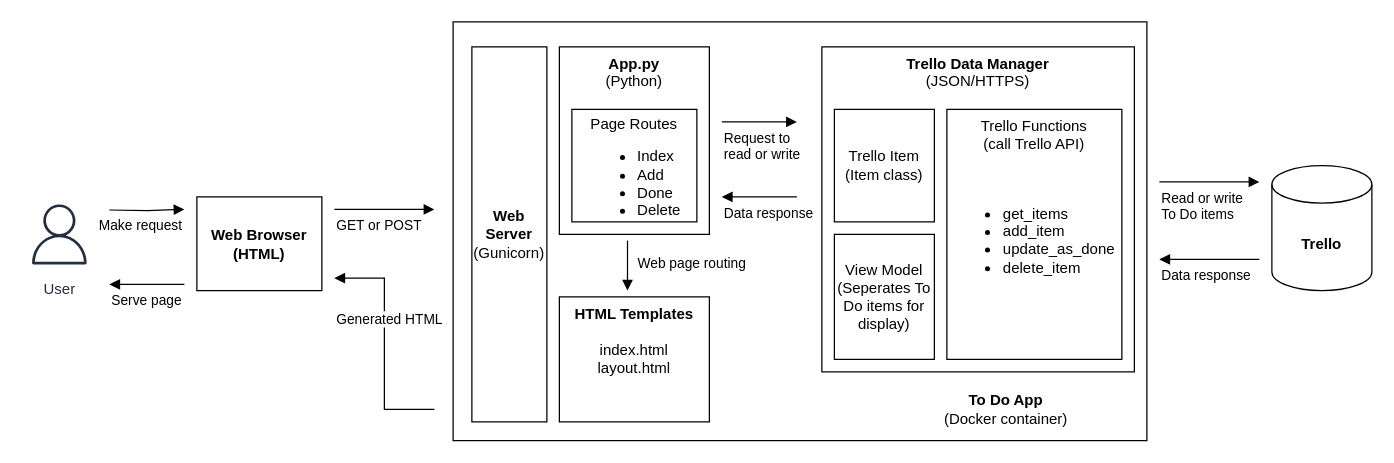
ma7nas/DevOps-Course-Starter keeps this draw.io diagram as Component Diagram.drawio. Above is the earlier version. Source tidied: cells renumbered, new cells numbered last; positions are measured from the earlier drawing's top-left corner, leaving out a move shared by most shapes. Both pictures are drawn from the tidied source at 125%, with x=0, y=0 at pixel (21, 21).
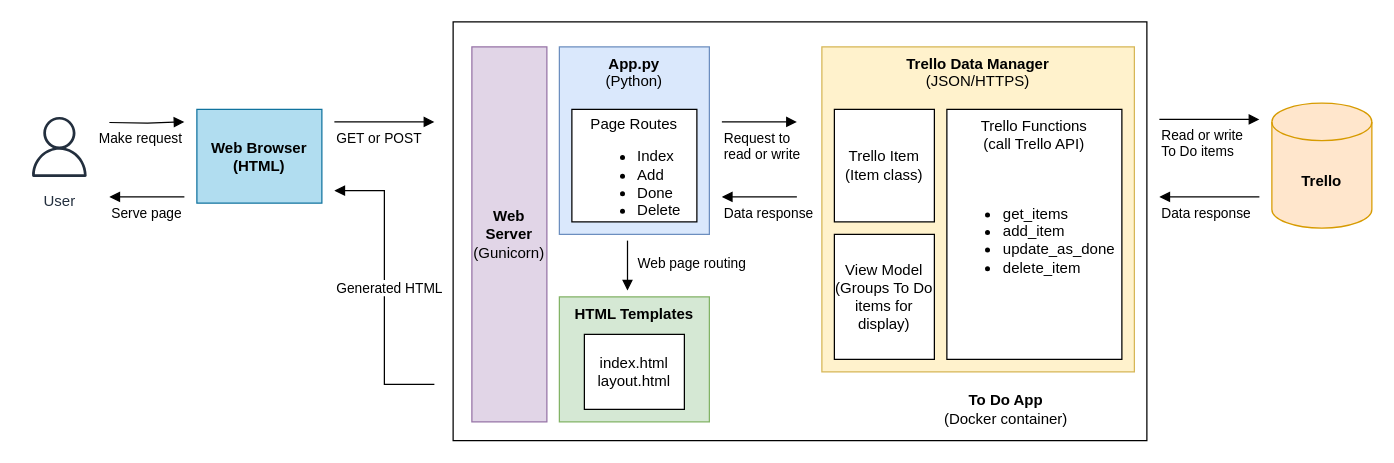
The same diagram, later.

The edit, as a diff of the source:
```diff
@@
     <mxCell id="3" value="Make request" style="endArrow=block;endFill=1;html=1;edgeStyle=orthogonalEdgeStyle;align=left;verticalAlign=top;rounded=0;" parent="1" edge="1">
       <mxGeometry x="-1" y="10" relative="1" as="geometry">
-        <mxPoint x="70" y="150.5" as="sourcePoint" />
-        <mxPoint x="130" y="150" as="targetPoint" />
+        <mxPoint x="70" y="80.5" as="sourcePoint" />
+        <mxPoint x="130" y="80" as="targetPoint" />
         <mxPoint x="-10" y="9" as="offset" />
       </mxGeometry>
     </mxCell>
-    <mxCell id="4" value="&lt;b&gt;Trello&lt;/b&gt;" style="shape=cylinder3;whiteSpace=wrap;html=1;boundedLbl=1;backgroundOutline=1;size=15;" parent="1" vertex="1">
-      <mxGeometry x="1000" y="115" width="80" height="100" as="geometry" />
+    <mxCell id="4" value="&lt;b&gt;Trello&lt;/b&gt;" style="shape=cylinder3;whiteSpace=wrap;html=1;boundedLbl=1;backgroundOutline=1;size=15;fillColor=#ffe6cc;strokeColor=#d79b00;" parent="1" vertex="1">
+      <mxGeometry x="1000" y="65" width="80" height="100" as="geometry" />
     </mxCell>
-    <mxCell id="5" value="&lt;b&gt;Web Browser (HTML)&lt;/b&gt;" style="rounded=0;whiteSpace=wrap;html=1;" parent="1" vertex="1">
-      <mxGeometry x="140" y="140" width="100" height="75" as="geometry" />
+    <mxCell id="5" value="&lt;b&gt;Web Browser (HTML)&lt;/b&gt;" style="rounded=0;whiteSpace=wrap;html=1;fillColor=#b1ddf0;strokeColor=#10739e;" parent="1" vertex="1">
+      <mxGeometry x="140" y="70" width="100" height="75" as="geometry" />
     </mxCell>
     <mxCell id="6" value="GET or POST" style="endArrow=block;endFill=1;html=1;edgeStyle=orthogonalEdgeStyle;align=left;verticalAlign=top;rounded=0;" parent="1" edge="1">
       <mxGeometry x="-1" relative="1" as="geometry">
-        <mxPoint x="250" y="150" as="sourcePoint" />
-        <mxPoint x="330" y="150" as="targetPoint" />
+        <mxPoint x="250" y="80" as="sourcePoint" />
+        <mxPoint x="330" y="80" as="targetPoint" />
       </mxGeometry>
     </mxCell>
     <mxCell id="7" value="Generated HTML" style="endArrow=block;endFill=1;html=1;edgeStyle=orthogonalEdgeStyle;align=left;verticalAlign=top;rounded=0;" parent="1" edge="1">
-      <mxGeometry x="1" y="20" relative="1" as="geometry">
-        <mxPoint x="330" y="310" as="sourcePoint" />
-        <mxPoint x="250" y="205" as="targetPoint" />
+      <mxGeometry x="0.11" y="40" relative="1" as="geometry">
+        <mxPoint x="330" y="290" as="sourcePoint" />
+        <mxPoint x="250" y="135" as="targetPoint" />
         <Array as="points">
-          <mxPoint x="290" y="310" />
-          <mxPoint x="290" y="205" />
+          <mxPoint x="330" y="290" />
+          <mxPoint x="290" y="290" />
+          <mxPoint x="290" y="135" />
         </Array>
       </mxGeometry>
     </mxCell>
     <mxCell id="8" value="Read or write&lt;br&gt;To Do items" style="endArrow=block;endFill=1;html=1;edgeStyle=orthogonalEdgeStyle;align=left;verticalAlign=top;rounded=0;" parent="1" edge="1">
       <mxGeometry x="-1" relative="1" as="geometry">
-        <mxPoint x="910" y="128" as="sourcePoint" />
-        <mxPoint x="990" y="128" as="targetPoint" />
+        <mxPoint x="910" y="78" as="sourcePoint" />
+        <mxPoint x="990" y="78" as="targetPoint" />
       </mxGeometry>
     </mxCell>
     <mxCell id="9" value="Data response" style="endArrow=block;endFill=1;html=1;edgeStyle=orthogonalEdgeStyle;align=left;verticalAlign=top;rounded=0;" parent="1" edge="1">
       <mxGeometry x="1" relative="1" as="geometry">
-        <mxPoint x="990" y="190" as="sourcePoint" />
-        <mxPoint x="910" y="190" as="targetPoint" />
+        <mxPoint x="990" y="140" as="sourcePoint" />
+        <mxPoint x="910" y="140" as="targetPoint" />
       </mxGeometry>
     </mxCell>
-    <mxCell id="10" value="&lt;b&gt;HTML Templates&lt;br&gt;&lt;/b&gt;&lt;br&gt;index.html&lt;br&gt;layout.html" style="rounded=0;whiteSpace=wrap;html=1;verticalAlign=top;" parent="1" vertex="1">
+    <mxCell id="10" value="&lt;b&gt;HTML Templates&lt;br&gt;&lt;/b&gt;&lt;br&gt;" style="rounded=0;whiteSpace=wrap;html=1;verticalAlign=top;fillColor=#d5e8d4;strokeColor=#82b366;" parent="1" vertex="1">
       <mxGeometry x="430" y="220" width="120" height="100" as="geometry" />
     </mxCell>
-    <mxCell id="11" value="&lt;b&gt;Trello Data Manager&lt;br&gt;&lt;/b&gt;(JSON/HTTPS)" style="rounded=0;whiteSpace=wrap;html=1;verticalAlign=top;" parent="1" vertex="1">
+    <mxCell id="11" value="&lt;b&gt;Trello Data Manager&lt;br&gt;&lt;/b&gt;(JSON/HTTPS)" style="rounded=0;whiteSpace=wrap;html=1;verticalAlign=top;fillColor=#fff2cc;strokeColor=#d6b656;" parent="1" vertex="1">
       <mxGeometry x="640" y="20" width="250" height="260" as="geometry" />
     </mxCell>
-    <mxCell id="12" value="&lt;b&gt;App.py&lt;br&gt;&lt;/b&gt;(Python)" style="rounded=0;whiteSpace=wrap;html=1;verticalAlign=top;labelBackgroundColor=default;" parent="1" vertex="1">
+    <mxCell id="12" value="&lt;div style=&quot;&quot;&gt;&lt;b style=&quot;border-color: var(--border-color);&quot;&gt;App.py&lt;/b&gt;&lt;/div&gt;&lt;div style=&quot;&quot;&gt;(Python)&lt;/div&gt;" style="rounded=0;whiteSpace=wrap;html=1;verticalAlign=top;labelBackgroundColor=none;fillColor=#dae8fc;strokeColor=#6c8ebf;align=center;fillStyle=auto;" parent="1" vertex="1">
       <mxGeometry x="430" y="20" width="120" height="150" as="geometry" />
     </mxCell>
     <mxCell id="13" value="Serve page" style="endArrow=block;endFill=1;html=1;edgeStyle=orthogonalEdgeStyle;align=left;verticalAlign=top;rounded=0;" parent="1" edge="1">
       <mxGeometry x="1" relative="1" as="geometry">
-        <mxPoint x="130" y="210" as="sourcePoint" />
-        <mxPoint x="70" y="210" as="targetPoint" />
+        <mxPoint x="130" y="140" as="sourcePoint" />
+        <mxPoint x="70" y="140" as="targetPoint" />
       </mxGeometry>
     </mxCell>
@@
-    <mxCell id="17" value="&lt;b&gt;Web Server&lt;br&gt;&lt;/b&gt;(Gunicorn)" style="rounded=0;whiteSpace=wrap;html=1;" parent="1" vertex="1">
+    <mxCell id="17" value="&lt;b&gt;Web Server&lt;br&gt;&lt;/b&gt;(Gunicorn)" style="rounded=0;whiteSpace=wrap;html=1;fillColor=#e1d5e7;strokeColor=#9673a6;" parent="1" vertex="1">
       <mxGeometry x="360" y="20" width="60" height="300" as="geometry" />
     </mxCell>
@@
-    <mxCell id="19" value="User" style="sketch=0;fontColor=#232F3E;gradientColor=none;strokeColor=#232F3E;fillColor=#ffffff;dashed=0;verticalLabelPosition=bottom;verticalAlign=top;align=center;html=1;fontSize=12;fontStyle=0;shape=mxgraph.aws4.resourceIcon;resIcon=mxgraph.aws4.user;" parent="1" vertex="1">
-      <mxGeometry y="140" width="60" height="60" as="geometry" />
+    <mxCell id="19" value="User" style="fontColor=#232F3E;gradientColor=none;strokeColor=#232F3E;fillColor=#ffffff;dashed=0;verticalLabelPosition=bottom;verticalAlign=top;align=center;html=1;fontSize=12;fontStyle=0;shape=mxgraph.aws4.resourceIcon;resIcon=mxgraph.aws4.user;" parent="1" vertex="1">
+      <mxGeometry y="70" width="60" height="60" as="geometry" />
     </mxCell>
@@
-    <mxCell id="21" value="View Model&lt;br&gt;(Seperates To Do items for display)" style="rounded=0;whiteSpace=wrap;html=1;" parent="1" vertex="1">
+    <mxCell id="21" value="View Model&lt;br&gt;(Groups To Do items for display)" style="rounded=0;whiteSpace=wrap;html=1;" parent="1" vertex="1">
       <mxGeometry x="650" y="170" width="80" height="100" as="geometry" />
     </mxCell>
@@
+    <mxCell id="24" value="index.html&lt;br style=&quot;border-color: var(--border-color);&quot;&gt;layout.html" style="rounded=0;whiteSpace=wrap;html=1;" parent="1" vertex="1">
+      <mxGeometry x="450" y="250" width="80" height="60" as="geometry" />
+    </mxCell>
```
